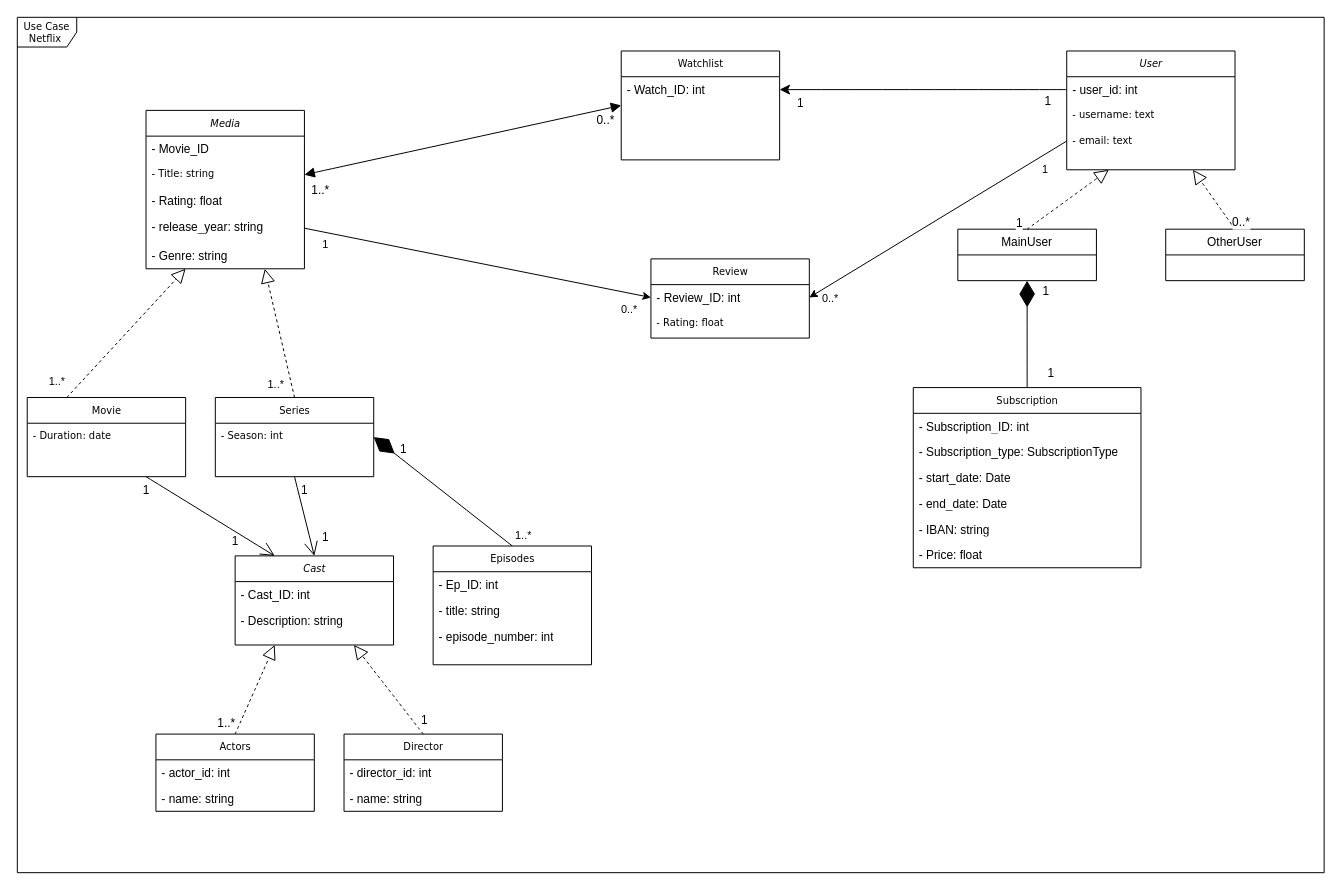
This is draw_io/uml_data_eng_project_1.drawio from KevinGarrison/DataEngineeringProjects, a draw.io file, before an edit. Source tidied: cells renumbered, new cells numbered last; positions are measured from the earlier drawing's top-left corner, leaving out a move shared by most shapes. Both pictures are drawn from the tidied source at 99%, with x=0, y=0 at pixel (17, 17).
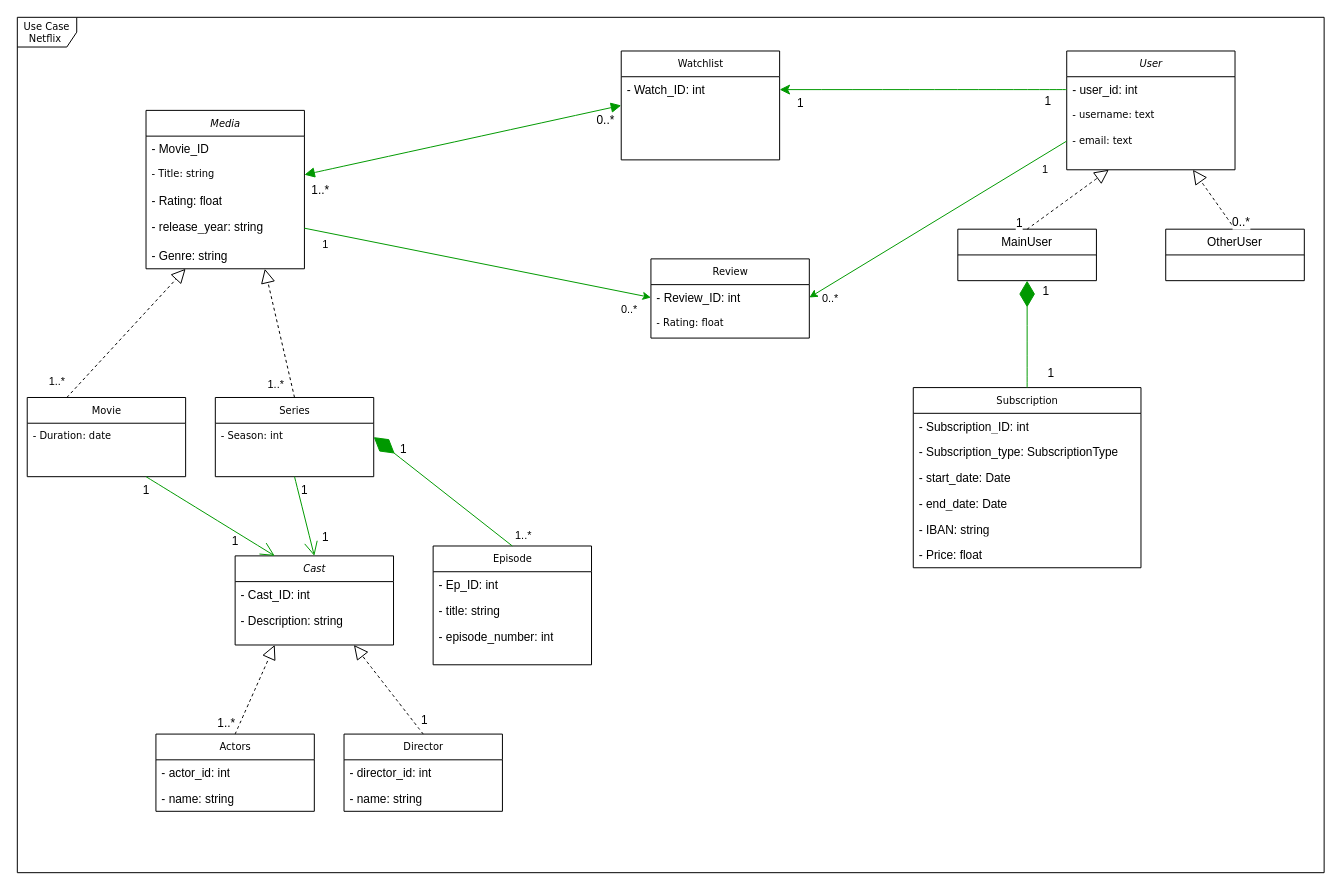
The same diagram, later.

Unchanged cells that the change refers to:
```xml
<mxCell id="3" value="Movie" style="swimlane;html=1;fontStyle=0;horizontal=1;startSize=26;fillColor=none;swimlaneFillColor=#ffffff;rounded=0;shadow=0;comic=0;labelBackgroundColor=none;strokeWidth=1;fontFamily=Verdana;fontSize=10;align=center;" parent="1" vertex="1">
  <mxGeometry x="10" y="384" width="160" height="80" as="geometry" />
</mxCell>
<mxCell id="9" value="Series" style="swimlane;html=1;fontStyle=0;horizontal=1;startSize=26;fillColor=none;swimlaneFillColor=#ffffff;rounded=0;shadow=0;comic=0;labelBackgroundColor=none;strokeWidth=1;fontFamily=Verdana;fontSize=10;align=center;strokeColor=default;verticalAlign=middle;fontColor=default;" parent="1" vertex="1">
  <mxGeometry x="200" y="384" width="160" height="80" as="geometry" />
</mxCell>
<mxCell id="13" value="- Title: string" style="text;html=1;strokeColor=none;fillColor=none;align=left;verticalAlign=top;spacingLeft=4;spacingRight=4;whiteSpace=wrap;overflow=hidden;points=[[0,0.5],[1,0.5]];portConstraint=eastwest;fontFamily=Verdana;fontSize=10;fontColor=default;fontStyle=0;labelBackgroundColor=none;" parent="11" vertex="1">
  <mxGeometry y="52" width="160" height="26" as="geometry" />
</mxCell>
<mxCell id="15" value="- release_year: string" style="text;html=1;strokeColor=none;fillColor=none;align=left;verticalAlign=top;spacingLeft=4;spacingRight=4;whiteSpace=wrap;overflow=hidden;points=[[0,0.5],[1,0.5]];portConstraint=eastwest;" parent="11" vertex="1">
  <mxGeometry y="104" width="160" height="30" as="geometry" />
</mxCell>
<mxCell id="24" value="Watchlist" style="swimlane;html=1;fontStyle=0;horizontal=1;startSize=26;fillColor=none;swimlaneFillColor=#ffffff;rounded=0;shadow=0;comic=0;labelBackgroundColor=none;strokeWidth=1;fontFamily=Verdana;fontSize=10;align=center;" parent="1" vertex="1">
  <mxGeometry x="610" y="34" width="160" height="110" as="geometry" />
</mxCell>
<mxCell id="25" value="- Watch_ID: int" style="text;html=1;strokeColor=none;fillColor=none;align=left;verticalAlign=top;spacingLeft=4;spacingRight=4;whiteSpace=wrap;overflow=hidden;points=[[0,0.5],[1,0.5]];portConstraint=eastwest;" parent="24" vertex="1">
  <mxGeometry y="26" width="160" height="26" as="geometry" />
</mxCell>
<mxCell id="32" value="&lt;i&gt;Cast&lt;/i&gt;" style="swimlane;html=1;fontStyle=0;horizontal=1;startSize=26;fillColor=none;swimlaneFillColor=#ffffff;rounded=0;shadow=0;comic=0;labelBackgroundColor=none;strokeWidth=1;fontFamily=Verdana;fontSize=10;align=center;" parent="1" vertex="1">
  <mxGeometry x="220" y="544" width="160" height="90" as="geometry" />
</mxCell>
<mxCell id="36" value="- user_id: int" style="text;html=1;strokeColor=none;fillColor=none;align=left;verticalAlign=top;spacingLeft=4;spacingRight=4;whiteSpace=wrap;overflow=hidden;points=[[0,0.5],[1,0.5]];portConstraint=eastwest;" parent="35" vertex="1">
  <mxGeometry y="26" width="170" height="26" as="geometry" />
</mxCell>
<mxCell id="38" value="- email: text" style="text;html=1;strokeColor=none;fillColor=none;align=left;verticalAlign=top;spacingLeft=4;spacingRight=4;whiteSpace=wrap;overflow=hidden;points=[[0,0.5],[1,0.5]];portConstraint=eastwest;fontFamily=Verdana;fontSize=10;fontColor=default;fontStyle=0;labelBackgroundColor=none;" parent="35" vertex="1">
  <mxGeometry y="78" width="170" height="26" as="geometry" />
</mxCell>
<mxCell id="40" value="- Review_ID: int" style="text;html=1;strokeColor=none;fillColor=none;align=left;verticalAlign=top;spacingLeft=4;spacingRight=4;whiteSpace=wrap;overflow=hidden;points=[[0,0.5],[1,0.5]];portConstraint=eastwest;" parent="39" vertex="1">
  <mxGeometry y="26" width="160" height="26" as="geometry" />
</mxCell>
<mxCell id="42" value="MainUser" style="swimlane;fontStyle=0;horizontal=1;startSize=26;fillColor=none;whiteSpace=wrap;html=1;" parent="1" vertex="1">
  <mxGeometry x="950" y="214" width="140" height="52" as="geometry" />
</mxCell>
<mxCell id="48" value="Subscription" style="swimlane;html=1;fontStyle=0;horizontal=1;startSize=26;fillColor=none;swimlaneFillColor=#ffffff;rounded=0;shadow=0;comic=0;labelBackgroundColor=none;strokeWidth=1;fontFamily=Verdana;fontSize=10;align=center;" parent="1" vertex="1">
  <mxGeometry x="905" y="374" width="230" height="182" as="geometry" />
</mxCell>
```

Diff of the diagram source:
```diff
@@
-    <mxCell id="5" value="Episodes" style="swimlane;html=1;fontStyle=0;horizontal=1;startSize=26;fillColor=none;swimlaneFillColor=#ffffff;rounded=0;shadow=0;comic=0;labelBackgroundColor=none;strokeWidth=1;fontFamily=Verdana;fontSize=10;align=center;" parent="1" vertex="1">
+    <mxCell id="5" value="Episode" style="swimlane;html=1;fontStyle=0;horizontal=1;startSize=26;fillColor=none;swimlaneFillColor=#ffffff;rounded=0;shadow=0;comic=0;labelBackgroundColor=none;strokeWidth=1;fontFamily=Verdana;fontSize=10;align=center;" parent="1" vertex="1">
       <mxGeometry x="420" y="534" width="160" height="120" as="geometry" />
     </mxCell>
@@
-    <mxCell id="21" style="endArrow=diamondThin;endFill=1;endSize=24;html=1;rounded=0;exitX=0.5;exitY=0;exitDx=0;exitDy=0;targetPerimeterSpacing=0;entryX=1;entryY=0.5;entryDx=0;entryDy=0;" parent="1" edge="1" source="5" target="9">
+    <mxCell id="21" style="endArrow=diamondThin;endFill=1;endSize=24;html=1;rounded=0;exitX=0.5;exitY=0;exitDx=0;exitDy=0;targetPerimeterSpacing=0;entryX=1;entryY=0.5;entryDx=0;entryDy=0;strokeColor=#009900;" parent="1" edge="1" source="5" target="9">
       <mxGeometry relative="1" as="geometry" />
     </mxCell>
@@
-    <mxCell id="55" style="endArrow=diamondThin;endFill=1;endSize=24;html=1;rounded=0;fontSize=12;curved=1;entryX=0.5;entryY=1;entryDx=0;entryDy=0;exitX=0.5;exitY=0;exitDx=0;exitDy=0;" parent="1" edge="1" source="48" target="42">
+    <mxCell id="55" style="endArrow=diamondThin;endFill=1;endSize=24;html=1;rounded=0;fontSize=12;curved=1;entryX=0.5;entryY=1;entryDx=0;entryDy=0;exitX=0.5;exitY=0;exitDx=0;exitDy=0;strokeColor=#009900;" parent="1" edge="1" source="48" target="42">
       <mxGeometry relative="1" as="geometry" />
     </mxCell>
@@
-    <mxCell id="62" style="edgeStyle=none;curved=1;rounded=0;jettySize=auto;html=1;exitX=0;exitY=0.5;exitDx=0;exitDy=0;entryX=1;entryY=0.5;entryDx=0;entryDy=0;fontSize=12;startSize=8;endSize=8;strokeColor=#000000;" parent="1" edge="1" source="36" target="25">
+    <mxCell id="62" style="edgeStyle=none;curved=1;rounded=0;jettySize=auto;html=1;exitX=0;exitY=0.5;exitDx=0;exitDy=0;entryX=1;entryY=0.5;entryDx=0;entryDy=0;fontSize=12;startSize=8;endSize=8;strokeColor=#009900;" parent="1" edge="1" source="36" target="25">
       <mxGeometry relative="1" as="geometry" />
     </mxCell>
@@
-    <mxCell id="65" style="endArrow=block;startArrow=block;endFill=1;startFill=1;html=1;rounded=0;fontSize=12;startSize=8;endSize=8;curved=1;exitX=1;exitY=0.5;exitDx=0;exitDy=0;entryX=0;entryY=0.5;entryDx=0;entryDy=0;strokeColor=#000000;" parent="1" edge="1" source="13" target="24">
+    <mxCell id="65" style="endArrow=block;startArrow=block;endFill=1;startFill=1;html=1;rounded=0;fontSize=12;startSize=8;endSize=8;curved=1;exitX=1;exitY=0.5;exitDx=0;exitDy=0;entryX=0;entryY=0.5;entryDx=0;entryDy=0;strokeColor=#009900;" parent="1" edge="1" source="13" target="24">
       <mxGeometry relative="1" as="geometry" />
     </mxCell>
@@
-    <mxCell id="68" style="endArrow=open;endFill=1;endSize=12;html=1;rounded=0;fontSize=12;curved=1;exitX=0.75;exitY=1;exitDx=0;exitDy=0;entryX=0.25;entryY=0;entryDx=0;entryDy=0;" parent="1" edge="1" source="3" target="32">
+    <mxCell id="68" style="endArrow=open;endFill=1;endSize=12;html=1;rounded=0;fontSize=12;curved=1;exitX=0.75;exitY=1;exitDx=0;exitDy=0;entryX=0.25;entryY=0;entryDx=0;entryDy=0;strokeColor=#009900;" parent="1" edge="1" source="3" target="32">
       <mxGeometry relative="1" as="geometry" />
     </mxCell>
@@
-    <mxCell id="71" style="endArrow=open;endFill=1;endSize=12;html=1;rounded=0;fontSize=12;curved=1;entryX=0.5;entryY=0;entryDx=0;entryDy=0;exitX=0.5;exitY=1;exitDx=0;exitDy=0;" parent="1" edge="1" source="9" target="32">
+    <mxCell id="71" style="endArrow=open;endFill=1;endSize=12;html=1;rounded=0;fontSize=12;curved=1;entryX=0.5;entryY=0;entryDx=0;entryDy=0;exitX=0.5;exitY=1;exitDx=0;exitDy=0;strokeColor=#009900;" parent="1" edge="1" source="9" target="32">
       <mxGeometry relative="1" as="geometry" />
     </mxCell>
@@
-    <mxCell id="74" style="endArrow=classic;html=1;rounded=0;exitX=0;exitY=0.5;exitDx=0;exitDy=0;entryX=1;entryY=0.5;entryDx=0;entryDy=0;" parent="1" edge="1" source="38" target="40">
+    <mxCell id="74" style="endArrow=classic;html=1;rounded=0;exitX=0;exitY=0.5;exitDx=0;exitDy=0;entryX=1;entryY=0.5;entryDx=0;entryDy=0;strokeColor=#009900;" parent="1" edge="1" source="38" target="40">
       <mxGeometry relative="1" as="geometry" />
     </mxCell>
@@
-    <mxCell id="77" style="endArrow=classic;html=1;rounded=0;exitX=1;exitY=0.5;exitDx=0;exitDy=0;entryX=0;entryY=0.5;entryDx=0;entryDy=0;" parent="1" edge="1" source="15" target="40">
+    <mxCell id="77" style="endArrow=classic;html=1;rounded=0;exitX=1;exitY=0.5;exitDx=0;exitDy=0;entryX=0;entryY=0.5;entryDx=0;entryDy=0;strokeColor=#009900;" parent="1" edge="1" source="15" target="40">
       <mxGeometry relative="1" as="geometry" />
     </mxCell>
```
